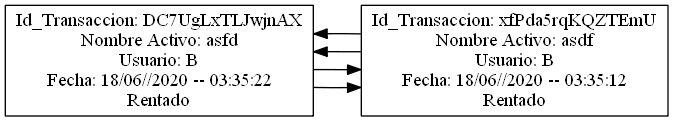
This is Transacciones.png from MEFM/SistemaDeRentas, a Graphviz export, as it was before one commit. Its source is kept beside it as Transacciones.dot.
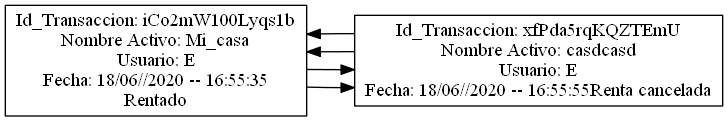
Above is the later version.

Diff of the diagram source:
```diff
@@ -1,18 +1,17 @@
 digraph a{
 rankdir = LR
 node[shape = rectangle]
-X01074C38[label = "Id_Transaccion: DC7UgLxTLJwjnAX
-Nombre Activo: asfd
-Usuario: B
-Fecha: 18/06//2020 -- 03:35:22
+X00729D18[label = "Id_Transaccion: iCo2mW100Lyqs1b
+Nombre Activo: Mi_casa
+Usuario: E
+Fecha: 18/06//2020 -- 16:55:35
 Rentado"]
-X01074B68[label = "Id_Transaccion: xfPda5rqKQZTEmU
-Nombre Activo: asdf
-Usuario: B
-Fecha: 18/06//2020 -- 03:35:12
-Rentado"]
-X01074C38-> X01074B68
-X01074C38-> X01074B68
-X01074B68-> X01074C38
-X01074B68-> X01074C38
+X00729DE8[label = "Id_Transaccion: xfPda5rqKQZTEmU
+Nombre Activo: casdcasd
+Usuario: E
+Fecha: 18/06//2020 -- 16:55:55Renta cancelada"]
+X00729D18-> X00729DE8
+X00729D18-> X00729DE8
+X00729DE8-> X00729D18
+X00729DE8-> X00729D18
 }
```
